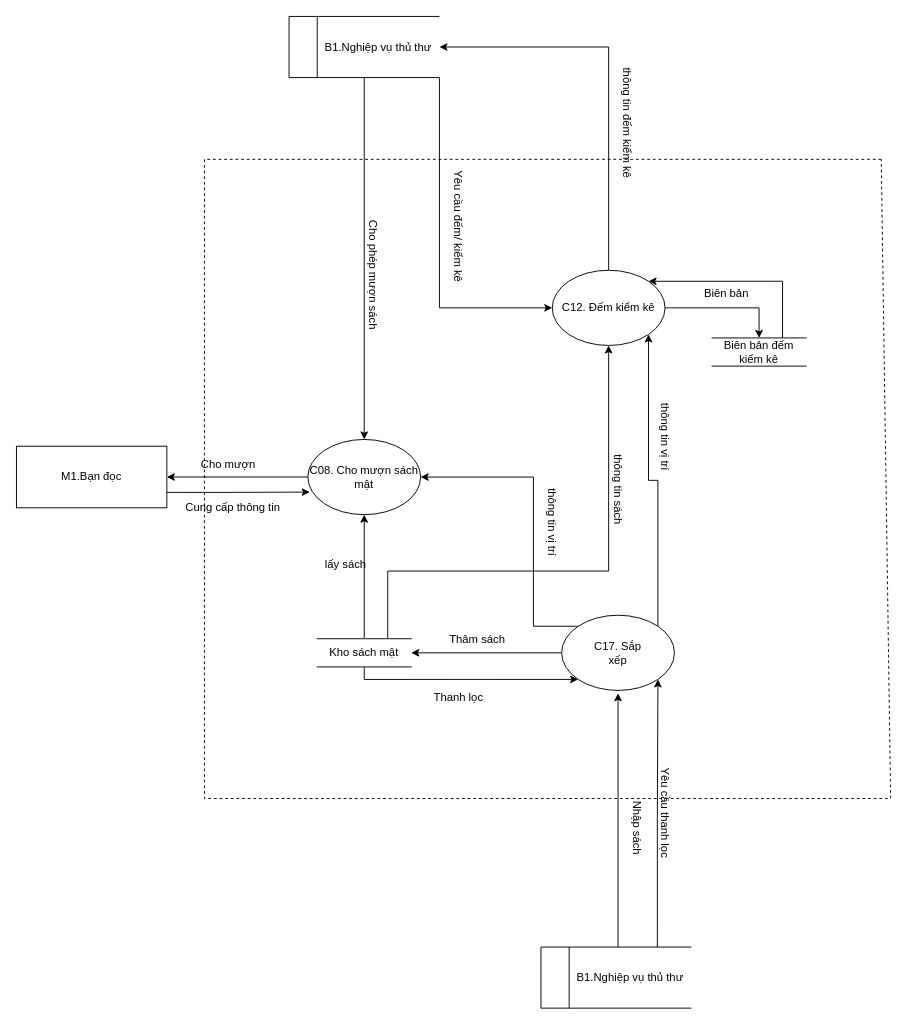
Earlier version of the draw.io diagram page "DFD_2_Khomat" (4 of 5) of bài tap lớn/DFD.drawio (vqh17062001/PTTKHT). Source tidied: cells renumbered, new cells numbered last; positions are measured from the earlier drawing's top-left corner, leaving out a move shared by most shapes. Both pictures are drawn from the tidied source at 94%, with x=0, y=0 at pixel (16, 16).
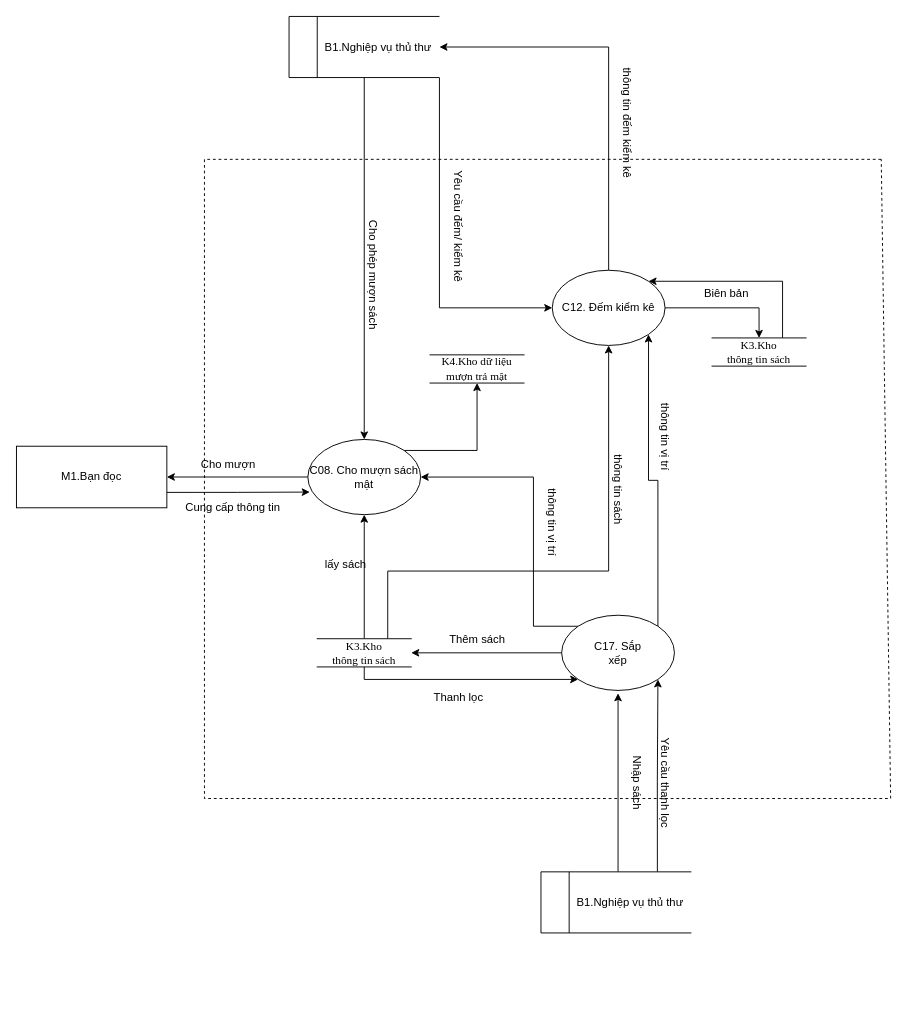
The same diagram, later.

The change refers to these unchanged cells:
```xml
<mxCell id="4" value="C08. Cho mượn sách mật" style="ellipse;whiteSpace=wrap;html=1;" parent="1" vertex="1">
  <mxGeometry x="310" y="450" width="120" height="80" as="geometry" />
</mxCell>
```

Diff of the diagram source:
```diff
@@
+    <mxCell id="40" style="edgeStyle=orthogonalEdgeStyle;rounded=0;jettySize=auto;html=1;exitX=1;exitY=0;exitDx=0;exitDy=0;" parent="1" edge="1" source="4" target="41">
+      <mxGeometry relative="1" as="geometry" />
+    </mxCell>
@@
-    <mxCell id="15" value="Kho sách mật" style="html=1;dashed=0;whiteSpace=wrap;shape=partialRectangle;right=0;left=0;" parent="1" vertex="1">
+    <mxCell id="15" value="&lt;span style=&quot;font-family: &amp;quot;Times New Roman&amp;quot;, serif;&quot;&gt;K3.Kho&lt;/span&gt;&lt;br style=&quot;font-family: &amp;quot;Times New Roman&amp;quot;, serif;&quot;&gt;&lt;span style=&quot;font-family: &amp;quot;Times New Roman&amp;quot;, serif;&quot;&gt;thông tin sách&lt;/span&gt;" style="html=1;dashed=0;whiteSpace=wrap;shape=partialRectangle;right=0;left=0;" parent="1" vertex="1">
       <mxGeometry x="320" y="662" width="100" height="30" as="geometry" />
     </mxCell>
@@
-    <mxCell id="17" value="Biên bản đếm kiểm kê" style="html=1;dashed=0;whiteSpace=wrap;shape=partialRectangle;right=0;left=0;" parent="1" vertex="1">
+    <mxCell id="17" value="&lt;span style=&quot;font-family: &amp;quot;Times New Roman&amp;quot;, serif;&quot;&gt;K3.Kho&lt;/span&gt;&lt;br style=&quot;font-family: &amp;quot;Times New Roman&amp;quot;, serif;&quot;&gt;&lt;span style=&quot;font-family: &amp;quot;Times New Roman&amp;quot;, serif;&quot;&gt;thông tin sách&lt;/span&gt;" style="html=1;dashed=0;whiteSpace=wrap;shape=partialRectangle;right=0;left=0;" parent="1" vertex="1">
       <mxGeometry x="740" y="342" width="100" height="30" as="geometry" />
     </mxCell>
@@
     <mxCell id="24" value="&amp;nbsp; &amp;nbsp; &amp;nbsp; &amp;nbsp; &amp;nbsp;&amp;nbsp;B1.&lt;span style=&quot;text-align: center;&quot;&gt;Nghiệp&amp;nbsp;&lt;/span&gt;&lt;span style=&quot;text-align: center;&quot;&gt;vụ thủ thư&lt;/span&gt;" style="html=1;dashed=0;whiteSpace=wrap;shape=mxgraph.dfd.dataStoreID;align=left;spacingLeft=3;points=[[0,0],[0.5,0],[1,0],[0,0.5],[1,0.5],[0,1],[0.5,1],[1,1]];" parent="1" vertex="1">
-      <mxGeometry x="558" y="990" width="160" height="65" as="geometry" />
+      <mxGeometry x="558" y="910" width="160" height="65" as="geometry" />
     </mxCell>
@@
     <mxCell id="31" value="Nhập sách" style="text;html=1;align=center;verticalAlign=middle;strokeColor=none;fillColor=none;rotation=90;" parent="1" vertex="1">
-      <mxGeometry x="620" y="848" width="80" height="30" as="geometry" />
+      <mxGeometry x="620" y="800" width="80" height="30" as="geometry" />
     </mxCell>
-    <mxCell id="32" value="Thâm sách" style="text;html=1;align=center;verticalAlign=middle;strokeColor=none;fillColor=none;" parent="1" vertex="1">
+    <mxCell id="32" value="Thêm sách" style="text;html=1;align=center;verticalAlign=middle;strokeColor=none;fillColor=none;" parent="1" vertex="1">
       <mxGeometry x="450" y="648" width="80" height="30" as="geometry" />
     </mxCell>
@@
     <mxCell id="34" value="Yêu cầu thanh lọc" style="text;html=1;align=center;verticalAlign=middle;strokeColor=none;fillColor=none;rotation=90;" parent="1" vertex="1">
-      <mxGeometry x="630" y="832" width="120" height="30" as="geometry" />
+      <mxGeometry x="630" y="800" width="120" height="30" as="geometry" />
     </mxCell>
@@
+    <mxCell id="41" value="&lt;span style=&quot;line-height: 130%; font-family: &amp;quot;Times New Roman&amp;quot;, serif;&quot; lang=&quot;VI&quot;&gt;&lt;font style=&quot;font-size: 12px;&quot;&gt;K4.Kho dữ liệu mượn trả mật&lt;/font&gt;&lt;/span&gt;" style="html=1;dashed=0;whiteSpace=wrap;shape=partialRectangle;right=0;left=0;" parent="1" vertex="1">
+      <mxGeometry x="440" y="360" width="100" height="30" as="geometry" />
+    </mxCell>
```
